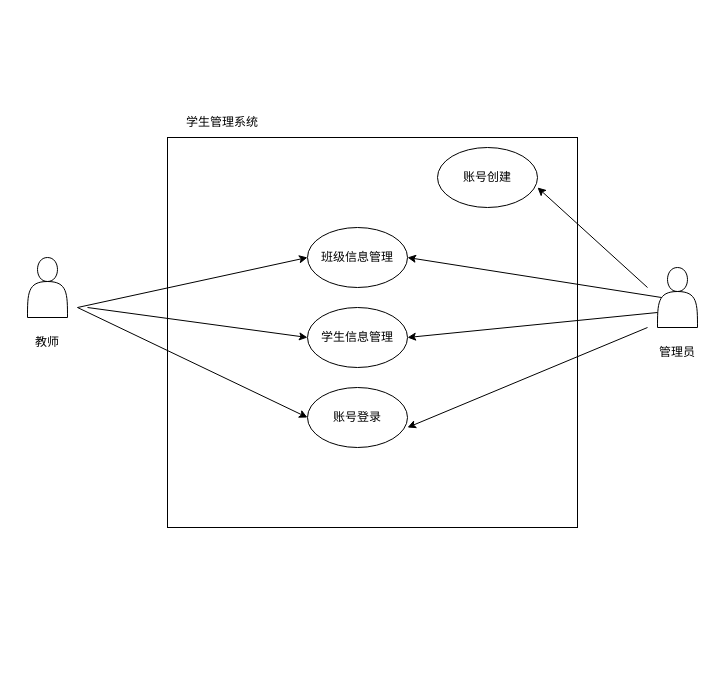
Before: 系统用例分析.drawio in GrandeLai/StudentManagerUML, a draw.io diagram. Source tidied: cells renumbered, new cells numbered last; positions are measured from the earlier drawing's top-left corner, leaving out a move shared by most shapes. Both pictures are drawn from the tidied source at 100%, with x=0, y=0 at pixel (17, 107).
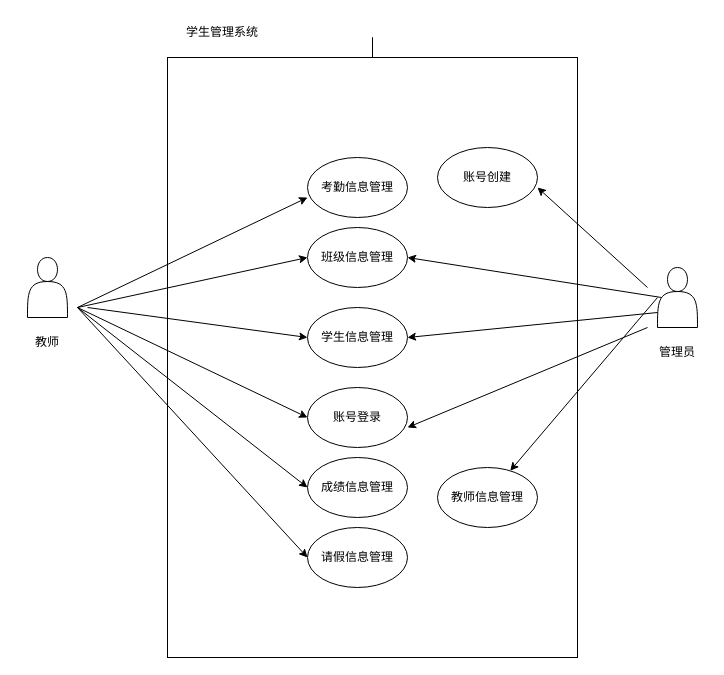
Above is the later version.

Commit message:
更新系统用例分析.drawio

What changed in the source:
```diff
@@
+    <mxCell id="19" style="edgeStyle=orthogonalEdgeStyle;rounded=0;jettySize=auto;html=1;exitX=0.5;exitY=0;exitDx=0;exitDy=0;" parent="1" edge="1" source="3">
+      <mxGeometry relative="1" as="geometry">
+        <mxPoint x="355" y="10" as="targetPoint" />
+      </mxGeometry>
+    </mxCell>
     <mxCell id="3" style="rounded=0;whiteSpace=wrap;html=1;" parent="1" vertex="1">
-      <mxGeometry x="150" y="30" width="410" height="390" as="geometry" />
+      <mxGeometry x="150" y="-50" width="410" height="600" as="geometry" />
     </mxCell>
@@
     <mxCell id="18" value="学生管理系统" style="text;html=1;strokeColor=none;fillColor=none;align=center;verticalAlign=middle;whiteSpace=wrap;rounded=0;" parent="1" vertex="1">
-      <mxGeometry x="150" width="110" height="30" as="geometry" />
+      <mxGeometry x="150" y="-90" width="110" height="30" as="geometry" />
     </mxCell>
+    <mxCell id="20" value="成绩信息管理" style="ellipse;whiteSpace=wrap;html=1;" parent="1" vertex="1">
+      <mxGeometry x="290" y="350" width="100" height="60" as="geometry" />
+    </mxCell>
+    <mxCell id="21" value="考勤信息管理" style="ellipse;whiteSpace=wrap;html=1;" parent="1" vertex="1">
+      <mxGeometry x="290" y="50" width="100" height="60" as="geometry" />
+    </mxCell>
+    <mxCell id="22" value="请假信息管理" style="ellipse;whiteSpace=wrap;html=1;" parent="1" vertex="1">
+      <mxGeometry x="290" y="420" width="100" height="60" as="geometry" />
+    </mxCell>
+    <mxCell id="23" style="endArrow=classic;html=1;rounded=0;" parent="1" edge="1">
+      <mxGeometry relative="1" as="geometry">
+        <mxPoint x="60" y="200" as="sourcePoint" />
+        <mxPoint x="290" y="90" as="targetPoint" />
+      </mxGeometry>
+    </mxCell>
+    <mxCell id="24" style="endArrow=classic;html=1;rounded=0;" parent="1" edge="1">
+      <mxGeometry relative="1" as="geometry">
+        <mxPoint x="60" y="200" as="sourcePoint" />
+        <mxPoint x="290" y="380" as="targetPoint" />
+      </mxGeometry>
+    </mxCell>
+    <mxCell id="25" style="endArrow=classic;html=1;rounded=0;" parent="1" edge="1">
+      <mxGeometry relative="1" as="geometry">
+        <mxPoint x="60" y="200" as="sourcePoint" />
+        <mxPoint x="290" y="450" as="targetPoint" />
+      </mxGeometry>
+    </mxCell>
+    <mxCell id="26" value="教师信息管理" style="ellipse;whiteSpace=wrap;html=1;" parent="1" vertex="1">
+      <mxGeometry x="420" y="360" width="100" height="60" as="geometry" />
+    </mxCell>
+    <mxCell id="27" style="endArrow=classic;html=1;rounded=0;" parent="1" edge="1" target="26">
+      <mxGeometry relative="1" as="geometry">
+        <mxPoint x="640" y="190" as="sourcePoint" />
+      </mxGeometry>
+    </mxCell>
```
